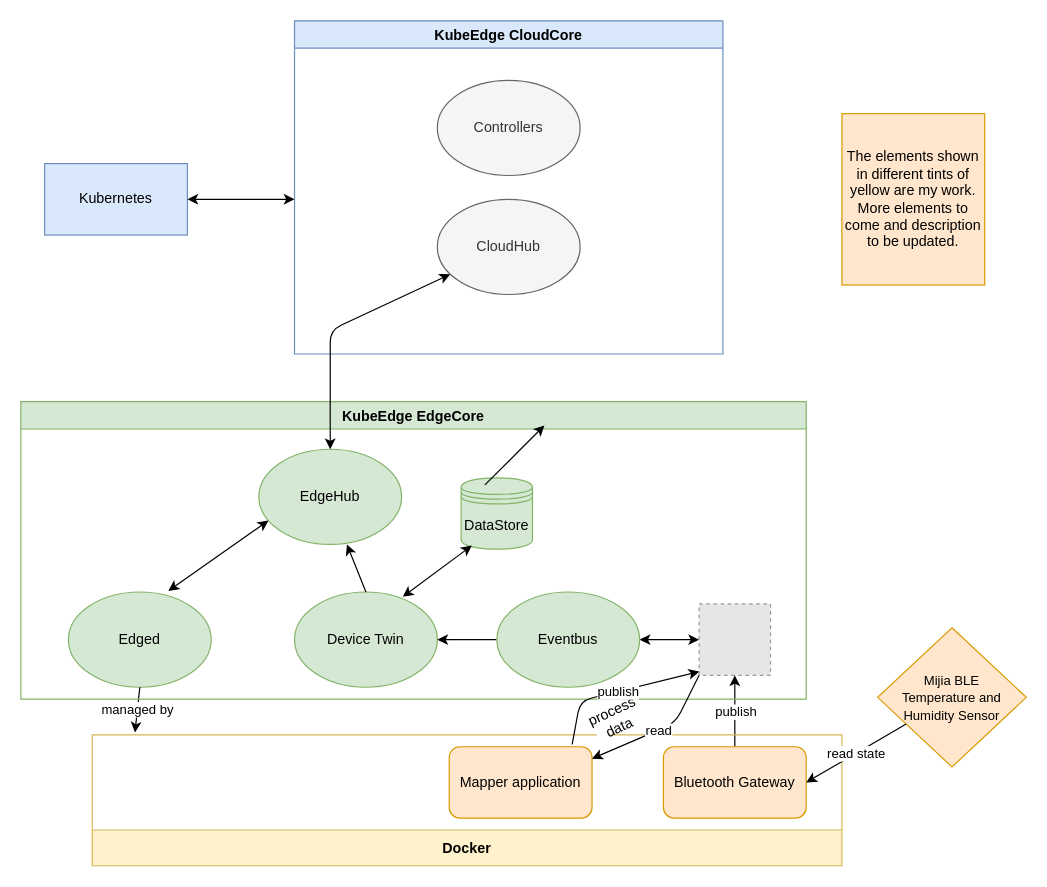
Earlier version of the draw.io diagram function-level_model.drawio (hzozo/kubeedge_thesis_demo). Source tidied: cells renumbered, new cells numbered last; positions are measured from the earlier drawing's top-left corner, leaving out a move shared by most shapes. Both pictures are drawn from the tidied source at 119%, with x=0, y=0 at pixel (20, 20). Pictures stored in the file or linked from it are replaced by grey dashed boxes.
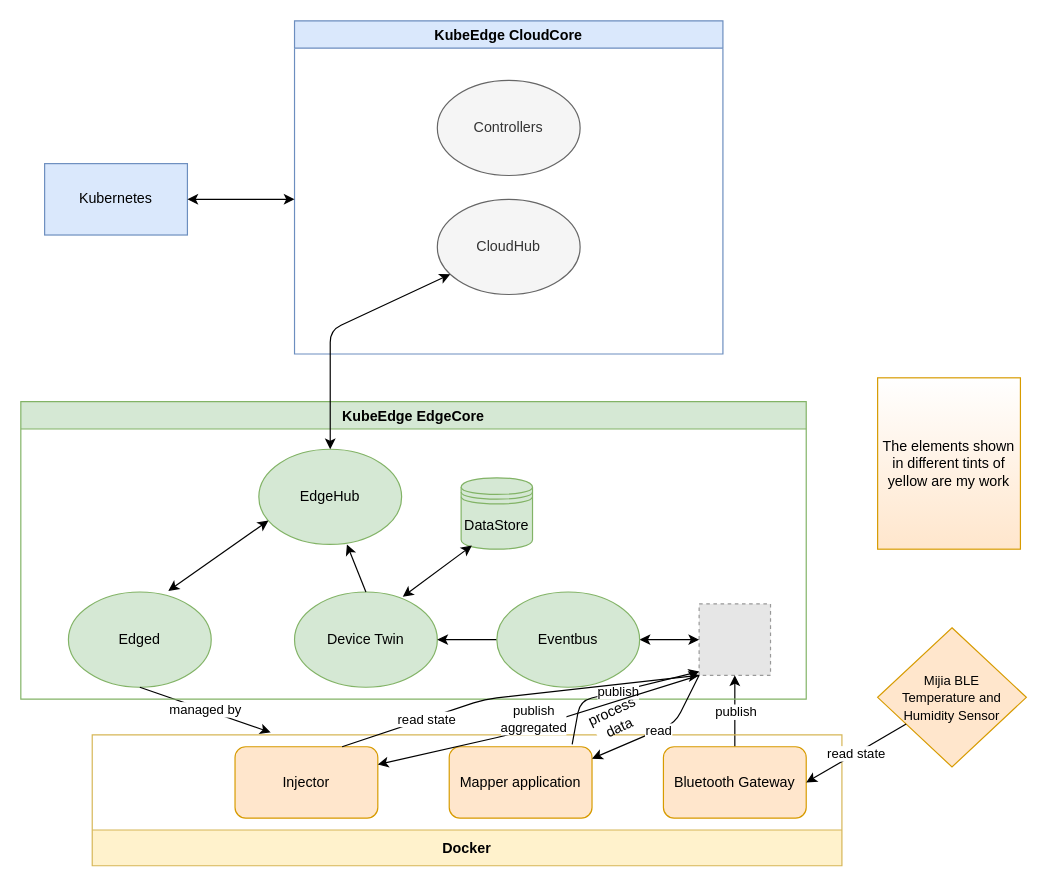
After the change.

Unchanged cells that the change refers to:
```xml
<mxCell id="4" style="fillColor=#E6E6E6;strokeColor=#999999;dashed=1;verticalLabelPosition=bottom;labelBackgroundColor=#ffffff;verticalAlign=top;" parent="1" vertex="1">
  <mxGeometry x="570" y="490" width="60" height="60" as="geometry" />
</mxCell>
<mxCell id="11" value="Edged" style="ellipse;whiteSpace=wrap;html=1;fillColor=#d5e8d4;strokeColor=#82b366;" parent="1" vertex="1">
  <mxGeometry x="40" y="480" width="120" height="80" as="geometry" />
</mxCell>
<mxCell id="15" value="Docker" style="swimlane;fillColor=#fff2cc;startSize=30;flipV=1;strokeColor=#d6b656;" parent="1" vertex="1">
  <mxGeometry x="60" y="600" width="630" height="110" as="geometry" />
</mxCell>
```

The edit, as a diff of the source:
```diff
@@
+    <mxCell id="37" value="Injector" style="rounded=1;whiteSpace=wrap;html=1;fillColor=#ffe6cc;strokeColor=#d79b00;" parent="15" vertex="1">
+      <mxGeometry x="120" y="10" width="120" height="60" as="geometry" />
+    </mxCell>
-    <mxCell id="18" style="endArrow=classic;html=1;entryX=0.057;entryY=1.018;entryDx=0;entryDy=0;exitX=0.5;exitY=1;exitDx=0;exitDy=0;entryPerimeter=0;" parent="1" edge="1" source="11" target="15">
-      <mxGeometry relative="1" as="geometry" />
+    <mxCell id="18" style="endArrow=classic;html=1;exitX=0.5;exitY=1;exitDx=0;exitDy=0;" parent="1" edge="1" source="11">
+      <mxGeometry relative="1" as="geometry">
+        <mxPoint x="210" y="598" as="targetPoint" />
+      </mxGeometry>
     </mxCell>
@@
-    <mxCell id="33" style="endArrow=classic;html=1;" parent="1" edge="1">
-      <mxGeometry relative="1" as="geometry">
-        <mxPoint x="390" y="390" as="sourcePoint" />
-        <mxPoint x="440" y="340" as="targetPoint" />
-      </mxGeometry>
-    </mxCell>
@@
-    <mxCell id="36" value="The elements shown in different tints of yellow are my work.&lt;br&gt;More elements to come and description to be updated." style="rounded=0;whiteSpace=wrap;html=1;fillColor=#ffe6cc;strokeColor=#d79b00;" parent="1" vertex="1">
-      <mxGeometry x="690" y="78" width="120" height="144" as="geometry" />
+    <mxCell id="36" value="The elements shown in different tints of yellow are my work" style="rounded=0;whiteSpace=wrap;html=1;fillColor=#ffe6cc;strokeColor=#d79b00;gradientColor=#ffffff;gradientDirection=north;" parent="1" vertex="1">
+      <mxGeometry x="720" y="300" width="120" height="144" as="geometry" />
     </mxCell>
+    <mxCell id="38" style="endArrow=classic;html=1;exitX=0.75;exitY=0;exitDx=0;exitDy=0;entryX=0;entryY=1;entryDx=0;entryDy=0;" parent="1" edge="1" source="37" target="4">
+      <mxGeometry relative="1" as="geometry">
+        <Array as="points">
+          <mxPoint x="390" y="570" />
+        </Array>
+      </mxGeometry>
+    </mxCell>
+    <mxCell id="39" value="read state" style="edgeLabel;html=1;align=center;verticalAlign=middle;" parent="38" vertex="1">
+      <mxGeometry relative="1" as="geometry">
+        <mxPoint x="-77" y="20" as="offset" />
+      </mxGeometry>
+    </mxCell>
+    <mxCell id="40" style="endArrow=classic;html=1;exitX=0;exitY=1;exitDx=0;exitDy=0;entryX=1;entryY=0.25;entryDx=0;entryDy=0;" parent="1" edge="1" source="4" target="37">
+      <mxGeometry relative="1" as="geometry">
+        <Array as="points">
+          <mxPoint x="410" y="600" />
+        </Array>
+      </mxGeometry>
+    </mxCell>
+    <mxCell id="41" value="publish&lt;br&gt;aggregated" style="edgeLabel;html=1;align=center;verticalAlign=middle;" parent="40" vertex="1">
+      <mxGeometry relative="1" as="geometry">
+        <mxPoint x="-6" y="-5" as="offset" />
+      </mxGeometry>
+    </mxCell>
```
